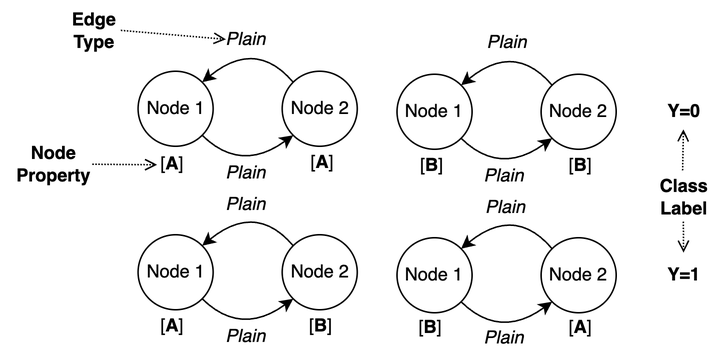
Before: figures/NoisyXOR.png, a diagram exported from draw.io (cair/GraphTsetlinMachine). Source tidied: cells renumbered, new cells last; positions are measured from the earlier drawing's top-left corner, leaving out a move shared by most shapes.
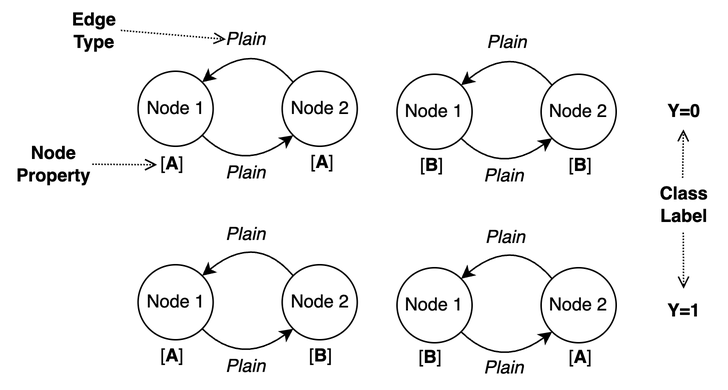
Above is the later version.

Diff of the diagram source:
```diff
@@ -46,71 +46,71 @@
       <mxGeometry x="430" y="59" width="50" height="30" as="geometry" />
     </mxCell>
     <mxCell id="11" value="Node 1" style="ellipse;whiteSpace=wrap;html=1;" parent="1" vertex="1">
-      <mxGeometry x="91.5" y="156" width="50" height="50" as="geometry" />
+      <mxGeometry x="91.5" y="176" width="50" height="50" as="geometry" />
     </mxCell>
     <mxCell id="12" value="Node 2" style="ellipse;whiteSpace=wrap;html=1;" parent="1" vertex="1">
-      <mxGeometry x="187.5" y="156" width="50" height="50" as="geometry" />
+      <mxGeometry x="187.5" y="176" width="50" height="50" as="geometry" />
     </mxCell>
     <mxCell id="13" style="curved=1;endArrow=classic;html=1;rounded=0;exitX=1;exitY=1;exitDx=0;exitDy=0;entryX=0;entryY=1;entryDx=0;entryDy=0;" parent="1" edge="1" source="11" target="12">
       <mxGeometry relative="1" as="geometry">
         <Array as="points">
-          <mxPoint x="160" y="224" />
+          <mxPoint x="160" y="244" />
         </Array>
       </mxGeometry>
     </mxCell>
     <mxCell id="14" style="curved=1;endArrow=none;html=1;rounded=0;exitX=1;exitY=0;exitDx=0;exitDy=0;entryX=0;entryY=0;entryDx=0;entryDy=0;startArrow=classic;startFill=1;endFill=0;" parent="1" edge="1" source="11" target="12">
       <mxGeometry relative="1" as="geometry">
         <Array as="points">
-          <mxPoint x="170" y="134" />
+          <mxPoint x="170" y="154" />
         </Array>
       </mxGeometry>
     </mxCell>
     <mxCell id="15" value="Node 1" style="ellipse;whiteSpace=wrap;html=1;" parent="1" vertex="1">
-      <mxGeometry x="264" y="158" width="50" height="50" as="geometry" />
+      <mxGeometry x="264" y="178" width="50" height="50" as="geometry" />
     </mxCell>
     <mxCell id="16" value="Node 2" style="ellipse;whiteSpace=wrap;html=1;" parent="1" vertex="1">
-      <mxGeometry x="360" y="158" width="50" height="50" as="geometry" />
+      <mxGeometry x="360" y="178" width="50" height="50" as="geometry" />
     </mxCell>
     <mxCell id="17" style="curved=1;endArrow=classic;html=1;rounded=0;exitX=1;exitY=1;exitDx=0;exitDy=0;entryX=0;entryY=1;entryDx=0;entryDy=0;" parent="1" edge="1" source="15" target="16">
       <mxGeometry relative="1" as="geometry">
         <Array as="points">
-          <mxPoint x="332.5" y="226" />
+          <mxPoint x="332.5" y="246" />
         </Array>
       </mxGeometry>
     </mxCell>
     <mxCell id="18" style="curved=1;endArrow=none;html=1;rounded=0;exitX=1;exitY=0;exitDx=0;exitDy=0;entryX=0;entryY=0;entryDx=0;entryDy=0;startArrow=classic;startFill=1;endFill=0;" parent="1" edge="1" source="15" target="16">
       <mxGeometry relative="1" as="geometry">
         <Array as="points">
-          <mxPoint x="342.5" y="136" />
+          <mxPoint x="342.5" y="156" />
         </Array>
       </mxGeometry>
     </mxCell>
     <mxCell id="19" value="Y=1" style="text;html=1;align=center;verticalAlign=middle;points=[];strokeColor=none;fillColor=none;fontStyle=1;" parent="1" vertex="1">
-      <mxGeometry x="430" y="168" width="50" height="30" as="geometry" />
+      <mxGeometry x="430" y="192" width="50" height="30" as="geometry" />
     </mxCell>
     <mxCell id="20" value="[&lt;b&gt;A&lt;/b&gt;]" style="text;html=1;align=center;verticalAlign=middle;strokeColor=none;fillColor=none;" parent="1" vertex="1">
       <mxGeometry x="93.5" y="94" width="40" height="30" as="geometry" />
     </mxCell>
     <mxCell id="21" value="[&lt;b&gt;B&lt;/b&gt;]" style="text;html=1;align=center;verticalAlign=middle;strokeColor=none;fillColor=none;" parent="1" vertex="1">
-      <mxGeometry x="266" y="203" width="40" height="30" as="geometry" />
+      <mxGeometry x="266" y="223" width="40" height="30" as="geometry" />
     </mxCell>
     <mxCell id="22" value="[&lt;b&gt;B&lt;/b&gt;]" style="text;html=1;align=center;verticalAlign=middle;strokeColor=none;fillColor=none;" parent="1" vertex="1">
       <mxGeometry x="366" y="95" width="40" height="30" as="geometry" />
     </mxCell>
     <mxCell id="23" value="[&lt;b&gt;A&lt;/b&gt;]" style="text;html=1;align=center;verticalAlign=middle;strokeColor=none;fillColor=none;" parent="1" vertex="1">
-      <mxGeometry x="93.5" y="202" width="40" height="30" as="geometry" />
+      <mxGeometry x="93.5" y="222" width="40" height="30" as="geometry" />
     </mxCell>
     <mxCell id="24" value="[&lt;b&gt;B&lt;/b&gt;]" style="text;html=1;align=center;verticalAlign=middle;strokeColor=none;fillColor=none;" parent="1" vertex="1">
       <mxGeometry x="267" y="95" width="40" height="30" as="geometry" />
     </mxCell>
     <mxCell id="25" value="[&lt;b&gt;B&lt;/b&gt;]" style="text;html=1;align=center;verticalAlign=middle;strokeColor=none;fillColor=none;" parent="1" vertex="1">
-      <mxGeometry x="192.5" y="202" width="40" height="30" as="geometry" />
+      <mxGeometry x="192.5" y="222" width="40" height="30" as="geometry" />
     </mxCell>
     <mxCell id="26" value="[&lt;b&gt;A&lt;/b&gt;]" style="text;html=1;align=center;verticalAlign=middle;strokeColor=none;fillColor=none;" parent="1" vertex="1">
       <mxGeometry x="193.5" y="93" width="40" height="30" as="geometry" />
     </mxCell>
     <mxCell id="27" value="[&lt;b&gt;A&lt;/b&gt;]" style="text;html=1;align=center;verticalAlign=middle;strokeColor=none;fillColor=none;" parent="1" vertex="1">
-      <mxGeometry x="366" y="203" width="40" height="30" as="geometry" />
+      <mxGeometry x="366" y="223" width="40" height="30" as="geometry" />
     </mxCell>
     <mxCell id="28" value="&lt;i&gt;Plain&lt;/i&gt;" style="text;html=1;align=center;verticalAlign=middle;points=[];strokeColor=none;fillColor=none;" parent="1" vertex="1">
       <mxGeometry x="137.5" y="11" width="50" height="30" as="geometry" />
@@ -125,10 +125,10 @@
       <mxGeometry x="137.5" y="100" width="50" height="30" as="geometry" />
     </mxCell>
     <mxCell id="32" value="&lt;i&gt;Plain&lt;/i&gt;" style="text;html=1;align=center;verticalAlign=middle;strokeColor=none;fillColor=none;" parent="1" vertex="1">
-      <mxGeometry x="137.5" y="209" width="50" height="30" as="geometry" />
+      <mxGeometry x="137.5" y="229" width="50" height="30" as="geometry" />
     </mxCell>
     <mxCell id="33" value="&lt;i&gt;Plain&lt;/i&gt;" style="text;html=1;align=center;verticalAlign=middle;strokeColor=none;fillColor=none;" parent="1" vertex="1">
-      <mxGeometry x="310" y="210" width="50" height="30" as="geometry" />
+      <mxGeometry x="310" y="230" width="50" height="30" as="geometry" />
     </mxCell>
     <mxCell id="34" value="&lt;b&gt;Node&lt;/b&gt;&lt;div&gt;&lt;b&gt;Property&lt;/b&gt;&lt;/div&gt;" style="text;html=1;align=center;verticalAlign=middle;strokeColor=none;fillColor=none;" parent="1" vertex="1">
       <mxGeometry y="89" width="70" height="40" as="geometry" />
@@ -148,18 +148,18 @@
       </mxGeometry>
     </mxCell>
     <mxCell id="38" value="&lt;i&gt;Plain&lt;/i&gt;" style="text;html=1;align=center;verticalAlign=middle;strokeColor=none;fillColor=none;" parent="1" vertex="1">
-      <mxGeometry x="138" y="120.5" width="50" height="30" as="geometry" />
+      <mxGeometry x="138" y="140.5" width="50" height="30" as="geometry" />
     </mxCell>
     <mxCell id="39" value="&lt;i&gt;Plain&lt;/i&gt;" style="text;html=1;align=center;verticalAlign=middle;strokeColor=none;fillColor=none;" parent="1" vertex="1">
-      <mxGeometry x="311" y="122.5" width="50" height="30" as="geometry" />
+      <mxGeometry x="311" y="142.5" width="50" height="30" as="geometry" />
     </mxCell>
     <mxCell id="40" value="&lt;div&gt;&lt;b&gt;Class&lt;/b&gt;&lt;/div&gt;&lt;div&gt;&lt;b&gt;Label&lt;/b&gt;&lt;/div&gt;" style="text;html=1;align=center;verticalAlign=middle;points=[];strokeColor=none;fillColor=none;" parent="1" vertex="1">
-      <mxGeometry x="425" y="110.5" width="60" height="40" as="geometry" />
+      <mxGeometry x="425" y="115.5" width="60" height="40" as="geometry" />
     </mxCell>
     <mxCell id="41" style="endArrow=open;html=1;rounded=0;exitX=0.488;exitY=0.064;exitDx=0;exitDy=0;exitPerimeter=0;dashed=1;dashPattern=1 1;endFill=0;entryX=0.496;entryY=0.889;entryDx=0;entryDy=0;entryPerimeter=0;" parent="1" edge="1" source="40" target="10">
       <mxGeometry relative="1" as="geometry" />
     </mxCell>
-    <mxCell id="42" style="endArrow=open;html=1;rounded=0;exitX=0.496;exitY=0.919;exitDx=0;exitDy=0;exitPerimeter=0;dashed=1;dashPattern=1 1;endFill=0;" parent="1" edge="1" source="40" target="19">
+    <mxCell id="42" style="endArrow=open;html=1;rounded=0;exitX=0.495;exitY=0.977;exitDx=0;exitDy=0;exitPerimeter=0;dashed=1;dashPattern=1 1;endFill=0;" parent="1" edge="1" source="40" target="19">
       <mxGeometry relative="1" as="geometry" />
     </mxCell>
   </root>
```
